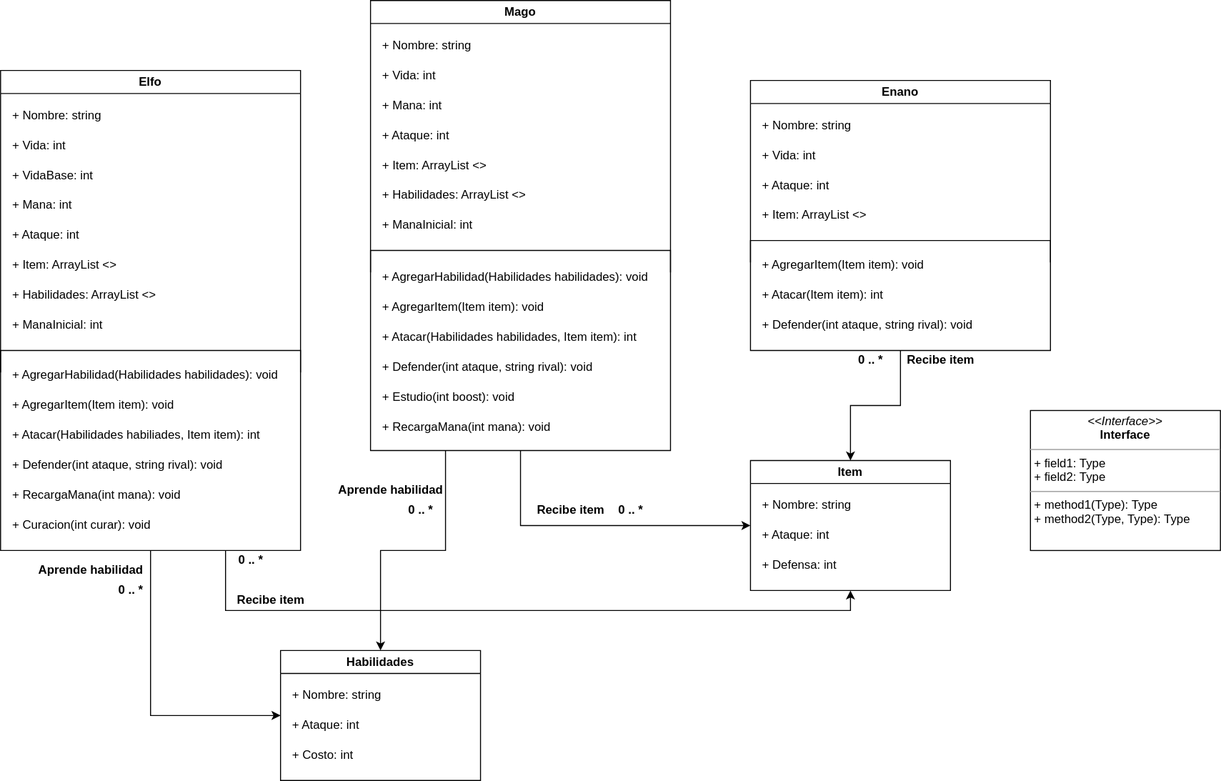
SantiagooAguerre/PII_Ejercicio_Roleplay_Mejorado keeps this draw.io diagram as src/Library/Diagrama de clases - Roleplay.svg. Above is the earlier version. Source tidied: cells renumbered, new cells last; positions are measured from the earlier drawing's top-left corner, leaving out a move shared by most shapes.
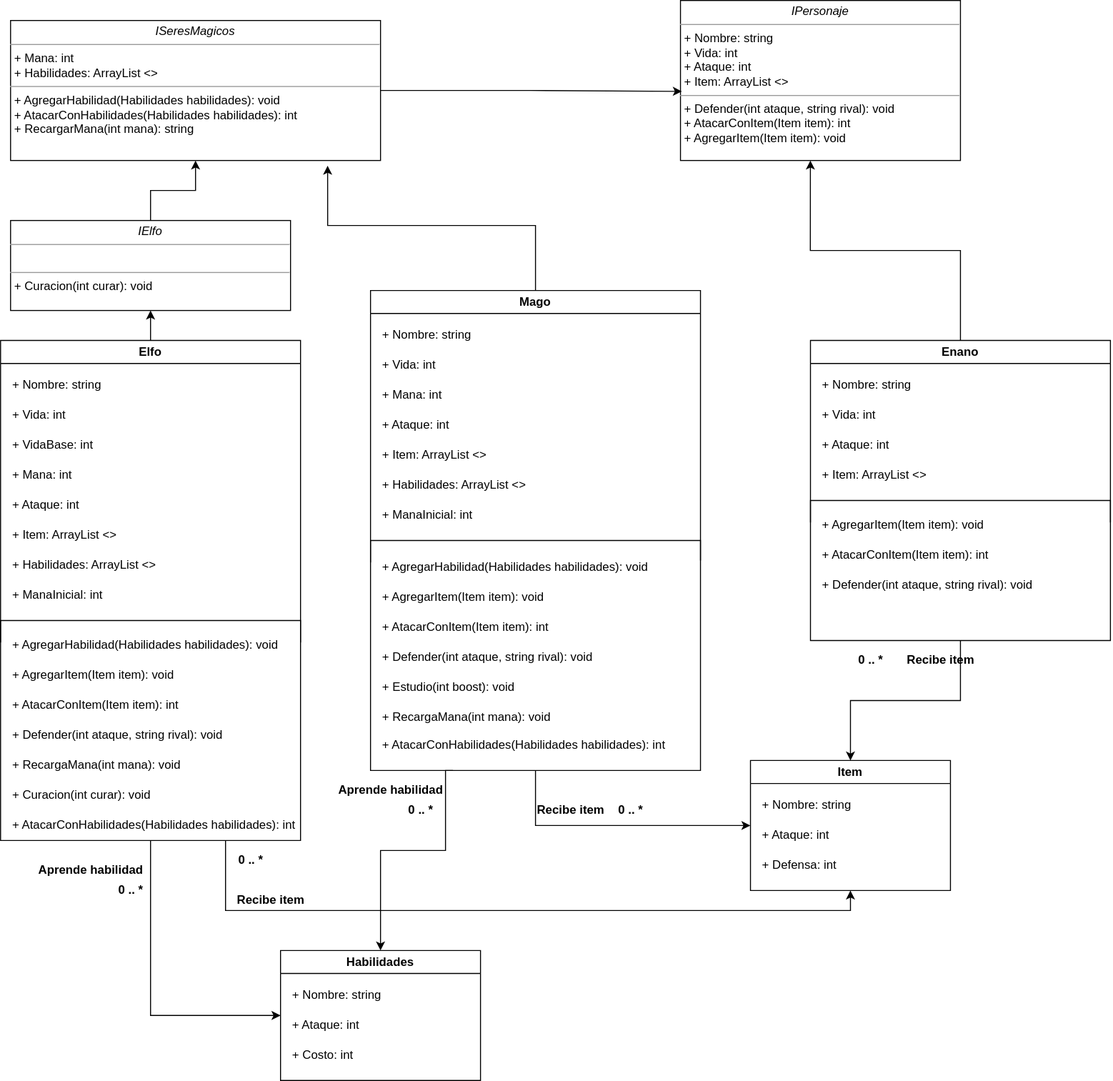
Later version of the same file.

Commit message:
Diagrama de clases actualizado

Diff of the diagram source:
```diff
@@ -14,7 +14,7 @@
       </mxGeometry>
     </mxCell>
     <mxCell id="4" value="Mago" style="swimlane;whiteSpace=wrap;html=1;" parent="1" vertex="1">
-      <mxGeometry x="370" width="300" height="450" as="geometry" />
+      <mxGeometry x="370" y="-10" width="330" height="480" as="geometry" />
     </mxCell>
     <mxCell id="5" value="+ Nombre: string" style="text;html=1;align=left;verticalAlign=middle;strokeColor=none;fillColor=none;" parent="4" vertex="1">
       <mxGeometry x="10" y="30" width="110" height="30" as="geometry" />
@@ -36,11 +36,10 @@
     </mxCell>
     <mxCell id="11" style="edgeStyle=orthogonalEdgeStyle;rounded=0;orthogonalLoop=1;jettySize=auto;html=1;entryX=0;entryY=0.75;entryDx=0;entryDy=0;strokeColor=default;endArrow=none;endFill=0;" parent="4" edge="1">
       <mxGeometry relative="1" as="geometry">
-        <mxPoint x="300" y="250" as="sourcePoint" />
+        <mxPoint x="330" y="270" as="sourcePoint" />
         <mxPoint y="272" as="targetPoint" />
         <Array as="points">
-          <mxPoint x="300" y="272" />
-          <mxPoint x="300" y="250" />
+          <mxPoint x="330" y="250" />
           <mxPoint y="250" />
         </Array>
       </mxGeometry>
@@ -51,8 +50,8 @@
     <mxCell id="13" value="+ AgregarItem(Item item): void" style="text;html=1;align=left;verticalAlign=middle;strokeColor=none;fillColor=none;" parent="4" vertex="1">
       <mxGeometry x="10" y="292" width="190" height="30" as="geometry" />
     </mxCell>
-    <mxCell id="14" value="+ Atacar(Habilidades habilidades, Item item): int" style="text;html=1;align=left;verticalAlign=middle;strokeColor=none;fillColor=none;" parent="4" vertex="1">
-      <mxGeometry x="10" y="322" width="280" height="30" as="geometry" />
+    <mxCell id="14" value="+ AtacarConItem(Item item): int" style="text;html=1;align=left;verticalAlign=middle;strokeColor=none;fillColor=none;" parent="4" vertex="1">
+      <mxGeometry x="10" y="322" width="190" height="30" as="geometry" />
     </mxCell>
     <mxCell id="15" value="+ Defender(int ataque, string rival): void" style="text;html=1;align=left;verticalAlign=middle;strokeColor=none;fillColor=none;" parent="4" vertex="1">
       <mxGeometry x="10" y="352" width="230" height="30" as="geometry" />
@@ -66,14 +65,20 @@
     <mxCell id="18" value="+ ManaInicial: int" style="text;html=1;align=left;verticalAlign=middle;strokeColor=none;fillColor=none;" parent="4" vertex="1">
       <mxGeometry x="10" y="210" width="110" height="30" as="geometry" />
     </mxCell>
+    <mxCell id="66" value="+ AtacarConHabilidades(Habilidades habilidades): int" style="text;html=1;align=left;verticalAlign=middle;strokeColor=none;fillColor=none;" parent="4" vertex="1">
+      <mxGeometry x="10" y="440" width="310" height="30" as="geometry" />
+    </mxCell>
     <mxCell id="19" style="edgeStyle=orthogonalEdgeStyle;rounded=0;jettySize=auto;html=1;exitX=0.5;exitY=1;exitDx=0;exitDy=0;entryX=0;entryY=0.5;entryDx=0;entryDy=0;" parent="1" edge="1" source="21" target="47">
       <mxGeometry relative="1" as="geometry" />
     </mxCell>
     <mxCell id="20" style="edgeStyle=orthogonalEdgeStyle;rounded=0;jettySize=auto;html=1;exitX=0.75;exitY=1;exitDx=0;exitDy=0;entryX=0.5;entryY=1;entryDx=0;entryDy=0;" parent="1" edge="1" source="21" target="51">
       <mxGeometry relative="1" as="geometry" />
     </mxCell>
+    <mxCell id="67" style="edgeStyle=orthogonalEdgeStyle;rounded=0;jettySize=auto;html=1;entryX=0.5;entryY=1;entryDx=0;entryDy=0;" parent="1" edge="1" source="21" target="70">
+      <mxGeometry relative="1" as="geometry" />
+    </mxCell>
     <mxCell id="21" value="Elfo" style="swimlane;whiteSpace=wrap;html=1;" parent="1" vertex="1">
-      <mxGeometry y="70" width="300" height="480" as="geometry" />
+      <mxGeometry y="40" width="300" height="500" as="geometry" />
     </mxCell>
     <mxCell id="22" value="+ Nombre: string" style="text;html=1;align=left;verticalAlign=middle;strokeColor=none;fillColor=none;" parent="21" vertex="1">
       <mxGeometry x="10" y="30" width="110" height="30" as="geometry" />
@@ -113,8 +118,8 @@
     <mxCell id="31" value="+ AgregarItem(Item item): void" style="text;html=1;align=left;verticalAlign=middle;strokeColor=none;fillColor=none;" parent="21" vertex="1">
       <mxGeometry x="10" y="320" width="190" height="30" as="geometry" />
     </mxCell>
-    <mxCell id="32" value="+ Atacar(Habilidades habiliades, Item item): int" style="text;html=1;align=left;verticalAlign=middle;strokeColor=none;fillColor=none;" parent="21" vertex="1">
-      <mxGeometry x="10" y="350" width="270" height="30" as="geometry" />
+    <mxCell id="32" value="+ AtacarConItem(Item item): int" style="text;html=1;align=left;verticalAlign=middle;strokeColor=none;fillColor=none;" parent="21" vertex="1">
+      <mxGeometry x="10" y="350" width="190" height="30" as="geometry" />
     </mxCell>
     <mxCell id="33" value="+ Defender(int ataque, string rival): void" style="text;html=1;align=left;verticalAlign=middle;strokeColor=none;fillColor=none;" parent="21" vertex="1">
       <mxGeometry x="10" y="380" width="230" height="30" as="geometry" />
@@ -128,11 +133,14 @@
     <mxCell id="36" value="+ ManaInicial: int" style="text;html=1;align=left;verticalAlign=middle;strokeColor=none;fillColor=none;" parent="21" vertex="1">
       <mxGeometry x="10" y="240" width="110" height="30" as="geometry" />
     </mxCell>
+    <mxCell id="68" value="+ AtacarConHabilidades(Habilidades habilidades): int" style="text;html=1;align=left;verticalAlign=middle;strokeColor=none;fillColor=none;" parent="21" vertex="1">
+      <mxGeometry x="10" y="470" width="310" height="30" as="geometry" />
+    </mxCell>
     <mxCell id="37" style="edgeStyle=orthogonalEdgeStyle;rounded=0;jettySize=auto;html=1;exitX=0.5;exitY=1;exitDx=0;exitDy=0;entryX=0.5;entryY=0;entryDx=0;entryDy=0;" parent="1" edge="1" source="38" target="51">
       <mxGeometry relative="1" as="geometry" />
     </mxCell>
     <mxCell id="38" value="Enano" style="swimlane;whiteSpace=wrap;html=1;" parent="1" vertex="1">
-      <mxGeometry x="750" y="80" width="300" height="270" as="geometry" />
+      <mxGeometry x="810" y="40" width="300" height="300" as="geometry" />
     </mxCell>
     <mxCell id="39" value="+ Nombre: string" style="text;html=1;align=left;verticalAlign=middle;strokeColor=none;fillColor=none;" parent="38" vertex="1">
       <mxGeometry x="10" y="30" width="110" height="30" as="geometry" />
@@ -159,8 +167,8 @@
     <mxCell id="44" value="+ AgregarItem(Item item): void" style="text;html=1;align=left;verticalAlign=middle;strokeColor=none;fillColor=none;" parent="38" vertex="1">
       <mxGeometry x="10" y="170" width="190" height="30" as="geometry" />
     </mxCell>
-    <mxCell id="45" value="+ Atacar(Item item): int" style="text;html=1;align=left;verticalAlign=middle;strokeColor=none;fillColor=none;" parent="38" vertex="1">
-      <mxGeometry x="10" y="200" width="140" height="30" as="geometry" />
+    <mxCell id="45" value="+ AtacarConItem(Item item): int" style="text;html=1;align=left;verticalAlign=middle;strokeColor=none;fillColor=none;" parent="38" vertex="1">
+      <mxGeometry x="10" y="200" width="190" height="30" as="geometry" />
     </mxCell>
     <mxCell id="46" value="+ Defender(int ataque, string rival): void" style="text;html=1;align=left;verticalAlign=middle;strokeColor=none;fillColor=none;" parent="38" vertex="1">
       <mxGeometry x="10" y="230" width="230" height="30" as="geometry" />
@@ -219,8 +227,26 @@
     <mxCell id="64" value="0 .. *" style="text;align=center;fontStyle=1;verticalAlign=middle;spacingLeft=3;spacingRight=3;strokeColor=none;html=1;" parent="1" vertex="1">
       <mxGeometry x="830" y="350" width="80" height="20" as="geometry" />
     </mxCell>
-    <mxCell id="65" value="&lt;p style=&quot;margin:0px;margin-top:4px;text-align:center;&quot;&gt;&lt;i&gt;&amp;lt;&amp;lt;Interface&amp;gt;&amp;gt;&lt;/i&gt;&lt;br/&gt;&lt;b&gt;Interface&lt;/b&gt;&lt;/p&gt;&lt;hr size=&quot;1&quot;/&gt;&lt;p style=&quot;margin:0px;margin-left:4px;&quot;&gt;+ field1: Type&lt;br/&gt;+ field2: Type&lt;/p&gt;&lt;hr size=&quot;1&quot;/&gt;&lt;p style=&quot;margin:0px;margin-left:4px;&quot;&gt;+ method1(Type): Type&lt;br/&gt;+ method2(Type, Type): Type&lt;/p&gt;" style="verticalAlign=top;align=left;overflow=fill;fontSize=12;fontFamily=Helvetica;html=1;whiteSpace=wrap;" parent="1" vertex="1">
-      <mxGeometry x="1030" y="410" width="190" height="140" as="geometry" />
+    <mxCell id="65" value="&lt;p style=&quot;margin:0px;margin-top:4px;text-align:center;&quot;&gt;&lt;i&gt;IPersonaje&lt;/i&gt;&lt;/p&gt;&lt;hr size=&quot;1&quot;&gt;&lt;p style=&quot;margin:0px;margin-left:4px;&quot;&gt;+ Nombre: string&lt;/p&gt;&lt;p style=&quot;margin:0px;margin-left:4px;&quot;&gt;+ Vida: int&lt;/p&gt;&lt;p style=&quot;margin:0px;margin-left:4px;&quot;&gt;+ Ataque: int&lt;/p&gt;&lt;p style=&quot;margin:0px;margin-left:4px;&quot;&gt;+ Item: ArrayList &amp;lt;&amp;gt;&lt;/p&gt;&lt;hr size=&quot;1&quot;&gt;&lt;p style=&quot;margin:0px;margin-left:4px;&quot;&gt;+ Defender(int ataque, string rival): void&lt;br&gt;+ AtacarConItem(Item item): int&lt;/p&gt;&lt;p style=&quot;margin:0px;margin-left:4px;&quot;&gt;+ AgregarItem(Item item): void&lt;/p&gt;" style="verticalAlign=top;align=left;overflow=fill;fontSize=12;fontFamily=Helvetica;html=1;whiteSpace=wrap;" parent="1" vertex="1">
+      <mxGeometry x="680" y="-300" width="280" height="160" as="geometry" />
     </mxCell>
+    <mxCell id="69" style="edgeStyle=orthogonalEdgeStyle;rounded=0;jettySize=auto;html=1;exitX=0.5;exitY=0;exitDx=0;exitDy=0;entryX=0.5;entryY=1;entryDx=0;entryDy=0;" parent="1" edge="1" source="70" target="71">
+      <mxGeometry relative="1" as="geometry" />
+    </mxCell>
+    <mxCell id="70" value="&lt;p style=&quot;margin:0px;margin-top:4px;text-align:center;&quot;&gt;&lt;i&gt;IElfo&lt;/i&gt;&lt;/p&gt;&lt;hr size=&quot;1&quot;&gt;&lt;p style=&quot;margin:0px;margin-left:4px;&quot;&gt;&lt;br&gt;&lt;/p&gt;&lt;hr size=&quot;1&quot;&gt;&lt;p style=&quot;margin:0px;margin-left:4px;&quot;&gt;+ Curacion(int curar): void&lt;/p&gt;" style="verticalAlign=top;align=left;overflow=fill;fontSize=12;fontFamily=Helvetica;html=1;whiteSpace=wrap;" parent="1" vertex="1">
+      <mxGeometry x="10" y="-80" width="280" height="90" as="geometry" />
+    </mxCell>
+    <mxCell id="71" value="&lt;p style=&quot;margin:0px;margin-top:4px;text-align:center;&quot;&gt;&lt;i&gt;ISeresMagicos&lt;/i&gt;&lt;/p&gt;&lt;hr size=&quot;1&quot;&gt;&lt;p style=&quot;margin:0px;margin-left:4px;&quot;&gt;+ Mana: int&lt;/p&gt;&lt;p style=&quot;margin:0px;margin-left:4px;&quot;&gt;+ Habilidades: ArrayList &amp;lt;&amp;gt;&lt;/p&gt;&lt;hr size=&quot;1&quot;&gt;&lt;p style=&quot;margin:0px;margin-left:4px;&quot;&gt;+ AgregarHabilidad(Habilidades habilidades): void&lt;/p&gt;&lt;p style=&quot;margin:0px;margin-left:4px;&quot;&gt;+ AtacarConHabilidades(Habilidades habilidades): int&lt;br&gt;&lt;/p&gt;&lt;p style=&quot;margin:0px;margin-left:4px;&quot;&gt;+ RecargarMana(int mana): string&lt;/p&gt;" style="verticalAlign=top;align=left;overflow=fill;fontSize=12;fontFamily=Helvetica;html=1;whiteSpace=wrap;" parent="1" vertex="1">
+      <mxGeometry x="10" y="-280" width="370" height="140" as="geometry" />
+    </mxCell>
+    <mxCell id="72" style="edgeStyle=orthogonalEdgeStyle;rounded=0;jettySize=auto;html=1;exitX=0.5;exitY=0;exitDx=0;exitDy=0;entryX=0.857;entryY=1.037;entryDx=0;entryDy=0;entryPerimeter=0;" parent="1" edge="1" source="4" target="71">
+      <mxGeometry relative="1" as="geometry" />
+    </mxCell>
+    <mxCell id="73" style="edgeStyle=orthogonalEdgeStyle;rounded=0;jettySize=auto;html=1;exitX=0.5;exitY=0;exitDx=0;exitDy=0;entryX=0.464;entryY=1;entryDx=0;entryDy=0;entryPerimeter=0;" parent="1" edge="1" source="38" target="65">
+      <mxGeometry relative="1" as="geometry" />
+    </mxCell>
+    <mxCell id="74" style="edgeStyle=orthogonalEdgeStyle;rounded=0;jettySize=auto;html=1;exitX=1;exitY=0.5;exitDx=0;exitDy=0;entryX=0.005;entryY=0.568;entryDx=0;entryDy=0;entryPerimeter=0;" parent="1" edge="1" source="71" target="65">
+      <mxGeometry relative="1" as="geometry" />
+    </mxCell>
   </root>
 </mxGraphModel>
```
